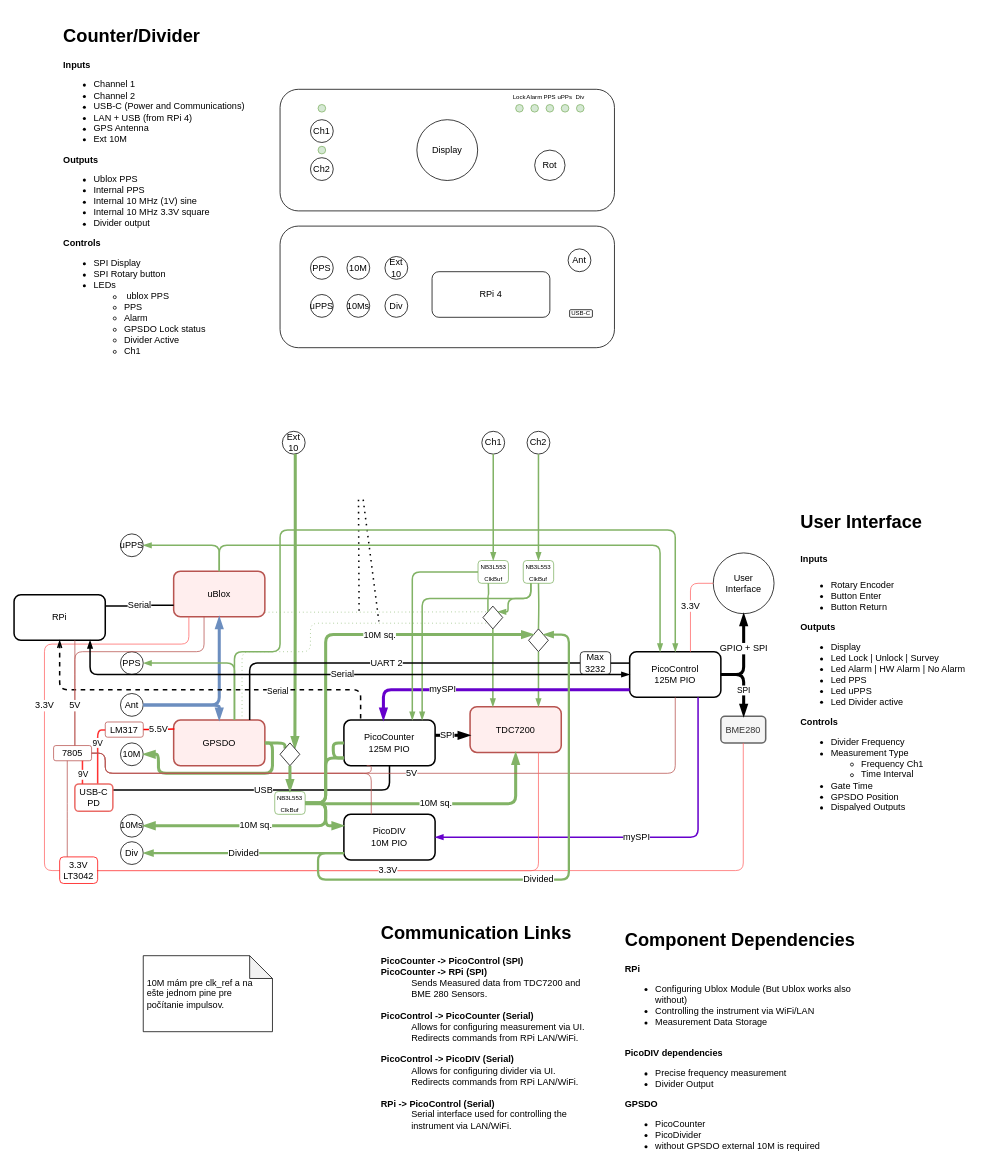
Earlier version of the draw.io diagram page "Page-1" (1 of 3) of GpsCounter.drawio (dorsic/gnss-tts). Source tidied: cells renumbered, new cells numbered last; positions are measured from the earlier drawing's top-left corner, leaving out a move shared by most shapes. Both pictures are drawn from the tidied source at 76%, with x=0, y=0 at pixel (14, 21).
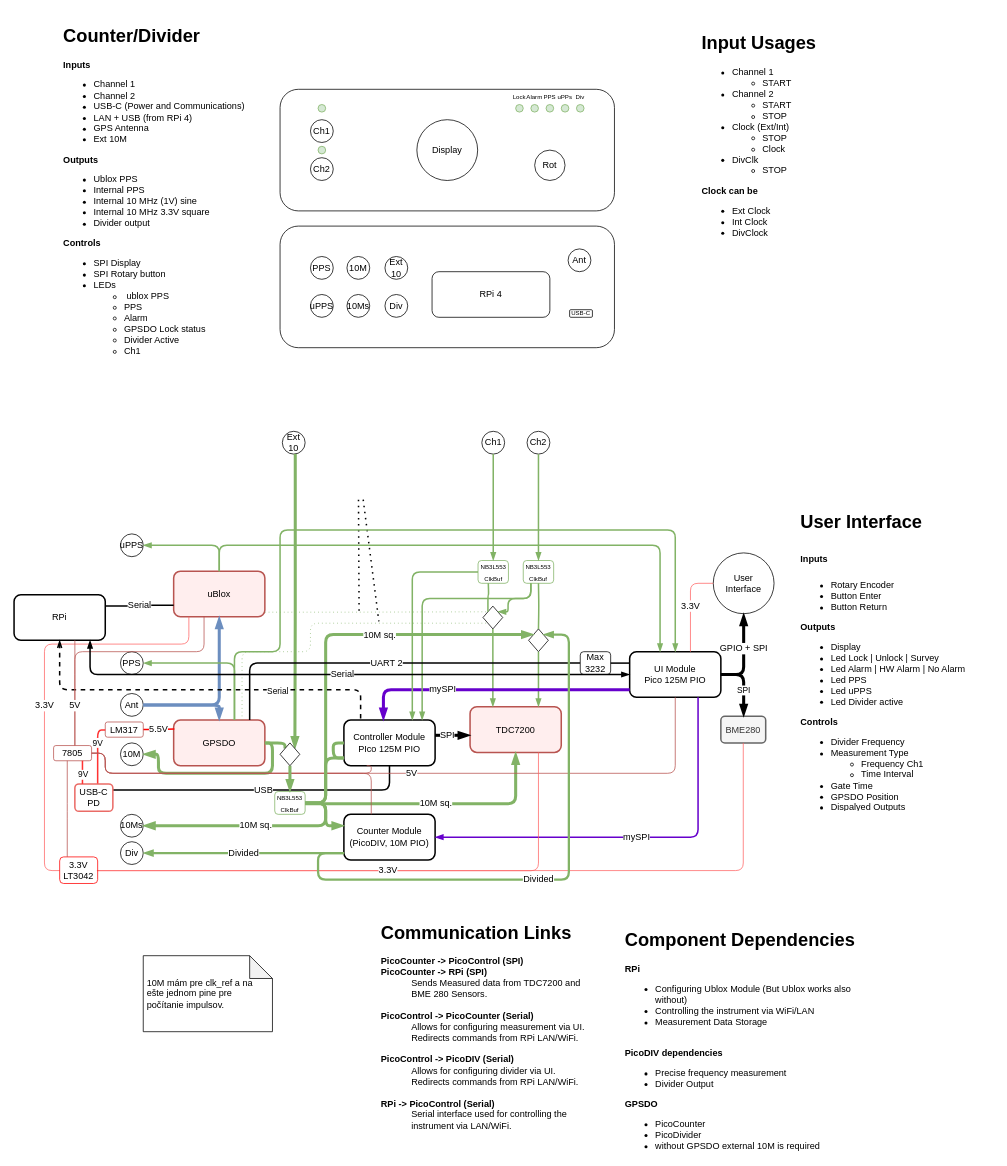
The same diagram, later.

Change to the diagram source:
```diff
@@
-    <mxCell id="29" value="PicoDIV&lt;br&gt;10M PIO" style="rounded=1;whiteSpace=wrap;html=1;fontSize=12;strokeWidth=2;" parent="1" vertex="1">
+    <mxCell id="29" value="Counter Module&lt;br&gt;(PicoDIV,&amp;nbsp;10M PIO)" style="rounded=1;whiteSpace=wrap;html=1;fontSize=12;strokeWidth=2;" parent="1" vertex="1">
       <mxGeometry x="434" y="1044" width="120" height="60" as="geometry" />
     </mxCell>
-    <mxCell id="30" value="PicoCounter&lt;br&gt;125M PIO" style="rounded=1;whiteSpace=wrap;html=1;fontSize=12;strokeWidth=2;" parent="1" vertex="1">
+    <mxCell id="30" value="Controller Module&lt;br&gt;PIco 125M PIO" style="rounded=1;whiteSpace=wrap;html=1;fontSize=12;strokeWidth=2;" parent="1" vertex="1">
       <mxGeometry x="434" y="920" width="120" height="60" as="geometry" />
     </mxCell>
@@
-    <mxCell id="36" value="PicoControl&lt;br&gt;125M PIO" style="rounded=1;whiteSpace=wrap;html=1;fontSize=12;strokeWidth=2;" parent="1" vertex="1">
+    <mxCell id="36" value="UI Module&lt;br&gt;Pico 125M PIO" style="rounded=1;whiteSpace=wrap;html=1;fontSize=12;strokeWidth=2;" parent="1" vertex="1">
       <mxGeometry x="810" y="830" width="120" height="60" as="geometry" />
     </mxCell>
@@
+    <mxCell id="122" value="&lt;h1&gt;&lt;b&gt;Input Usages&lt;/b&gt;&lt;br&gt;&lt;/h1&gt;&lt;p&gt;&lt;/p&gt;&lt;ul&gt;&lt;li&gt;Channel 1&lt;/li&gt;&lt;ul&gt;&lt;li&gt;START&lt;/li&gt;&lt;/ul&gt;&lt;li&gt;Channel 2&lt;/li&gt;&lt;ul&gt;&lt;li&gt;START&lt;/li&gt;&lt;li&gt;STOP&lt;/li&gt;&lt;/ul&gt;&lt;li&gt;&lt;span&gt;Clock (Ext/Int)&lt;/span&gt;&lt;br&gt;&lt;/li&gt;&lt;ul&gt;&lt;li&gt;STOP&lt;/li&gt;&lt;li&gt;Clock&lt;/li&gt;&lt;/ul&gt;&lt;li&gt;DivClk&lt;/li&gt;&lt;ul&gt;&lt;li&gt;STOP&lt;/li&gt;&lt;/ul&gt;&lt;/ul&gt;&lt;p&gt;&lt;/p&gt;&lt;p&gt;&lt;b&gt;Clock can be&lt;/b&gt;&lt;/p&gt;&lt;p&gt;&lt;/p&gt;&lt;ul&gt;&lt;li&gt;Ext Clock&lt;/li&gt;&lt;li&gt;Int Clock&lt;/li&gt;&lt;li&gt;DivClock&lt;/li&gt;&lt;/ul&gt;" style="text;html=1;strokeColor=none;fillColor=none;spacing=5;spacingTop=-20;whiteSpace=wrap;overflow=hidden;rounded=0;" parent="1" vertex="1">
+      <mxGeometry x="900" y="10" width="260" height="440" as="geometry" />
+    </mxCell>
```
